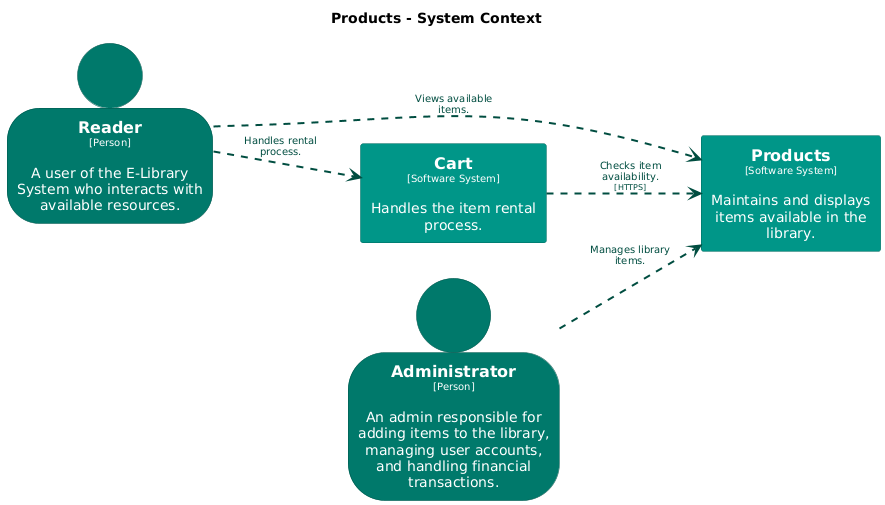
This is main/png/SystemContext-003.png from Goodmorning918/E-Library-Architecture, a PlantUML export, as it was before one commit.
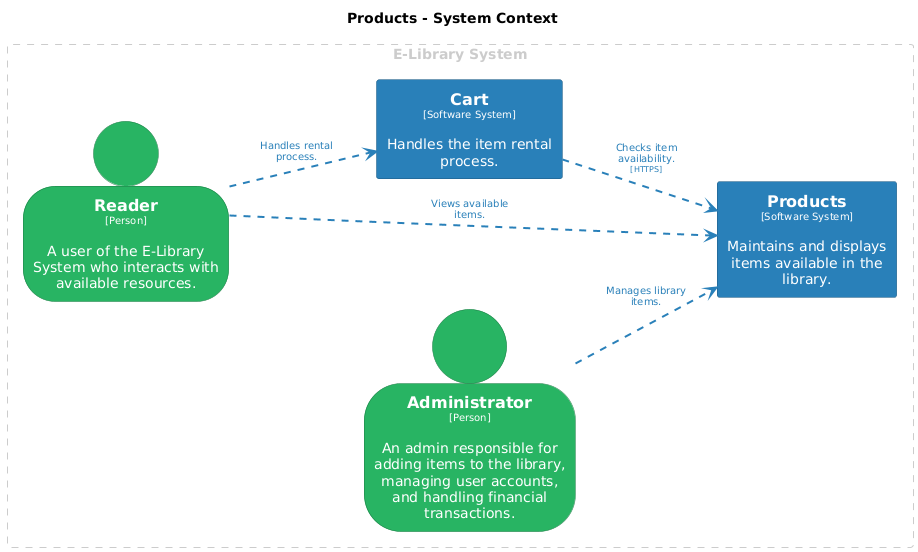
The same diagram one commit later.

What changed in the source:
```diff
@@ -14,37 +14,44 @@
 hide stereotype
 
 skinparam person<<Administrator>> {
-  BackgroundColor #00796b
+  BackgroundColor #28b463
   FontColor #ffffff
-  BorderColor #00544a
+  BorderColor #1c7d45
   shadowing false
 }
 skinparam rectangle<<Cart>> {
-  BackgroundColor #009688
+  BackgroundColor #2980b9
   FontColor #ffffff
-  BorderColor #00695f
+  BorderColor #1c5981
   shadowing false
 }
 skinparam rectangle<<Products>> {
-  BackgroundColor #009688
+  BackgroundColor #2980b9
   FontColor #ffffff
-  BorderColor #00695f
+  BorderColor #1c5981
   shadowing false
 }
 skinparam person<<Reader>> {
-  BackgroundColor #00796b
+  BackgroundColor #28b463
   FontColor #ffffff
-  BorderColor #00544a
+  BorderColor #1c7d45
   shadowing false
 }
 
-person "==Reader\n<size:10>[Person]</size>\n\nA user of the E-Library System who interacts with available resources." <<Reader>> as Reader
-rectangle "==Products\n<size:10>[Software System]</size>\n\nMaintains and displays items available in the library." <<Products>> as Products
-rectangle "==Cart\n<size:10>[Software System]</size>\n\nHandles the item rental process." <<Cart>> as Cart
-person "==Administrator\n<size:10>[Person]</size>\n\nAn admin responsible for adding items to the library, managing user accounts, and handling financial transactions." <<Administrator>> as Administrator
+rectangle "E-Library System" <<group1>> as group1 {
+  skinparam RectangleBorderColor<<group1>> #cccccc
+  skinparam RectangleFontColor<<group1>> #cccccc
+  skinparam RectangleBorderStyle<<group1>> dashed
 
-Reader .[#004d40,thickness=2].> Products : "<color:#004d40>Views available items."
-Reader .[#004d40,thickness=2].> Cart : "<color:#004d40>Handles rental process."
-Administrator .[#004d40,thickness=2].> Products : "<color:#004d40>Manages library items."
-Cart .[#004d40,thickness=2].> Products : "<color:#004d40>Checks item availability.\n<color:#004d40><size:8>[HTTPS]</size>"
+  person "==Reader\n<size:10>[Person]</size>\n\nA user of the E-Library System who interacts with available resources." <<Reader>> as Reader
+  rectangle "==Products\n<size:10>[Software System]</size>\n\nMaintains and displays items available in the library." <<Products>> as Products
+  rectangle "==Cart\n<size:10>[Software System]</size>\n\nHandles the item rental process." <<Cart>> as Cart
+  person "==Administrator\n<size:10>[Person]</size>\n\nAn admin responsible for adding items to the library, managing user accounts, and handling financial transactions." <<Administrator>> as Administrator
+}
+
+
+Reader .[#2980b9,thickness=2].> Products : "<color:#2980b9>Views available items."
+Reader .[#2980b9,thickness=2].> Cart : "<color:#2980b9>Handles rental process."
+Administrator .[#2980b9,thickness=2].> Products : "<color:#2980b9>Manages library items."
+Cart .[#2980b9,thickness=2].> Products : "<color:#2980b9>Checks item availability.\n<color:#2980b9><size:8>[HTTPS]</size>"
 @enduml
```
